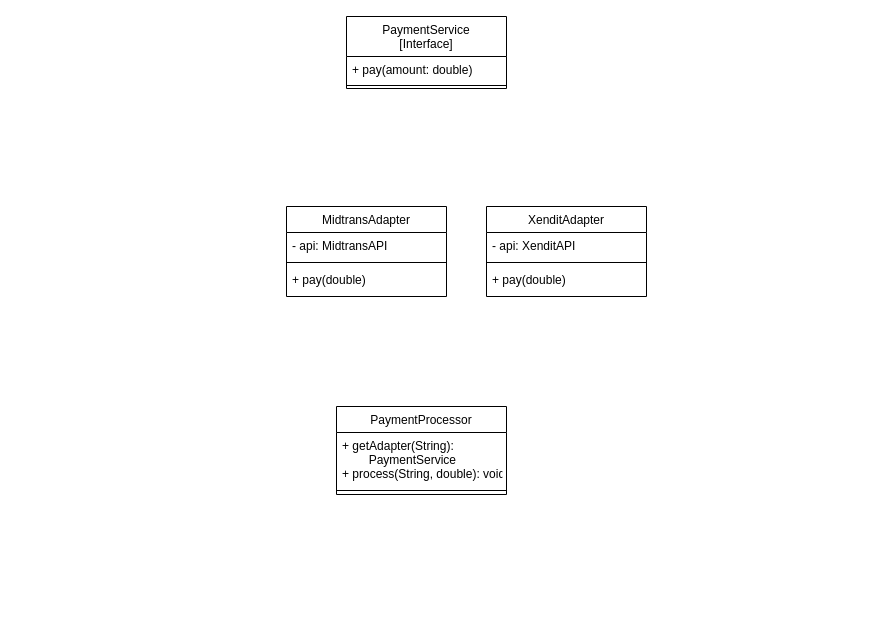
Above: Week11/TekproWeek11PatternDesign.drawio in mailvlous/teknikPemrograman (draw.io), before the change. Source tidied: cells renumbered, new cells numbered last; positions are measured from the earlier drawing's top-left corner, leaving out a move shared by most shapes. Both pictures are drawn from the tidied source at 100%, with x=0, y=0 at pixel (286, 16).
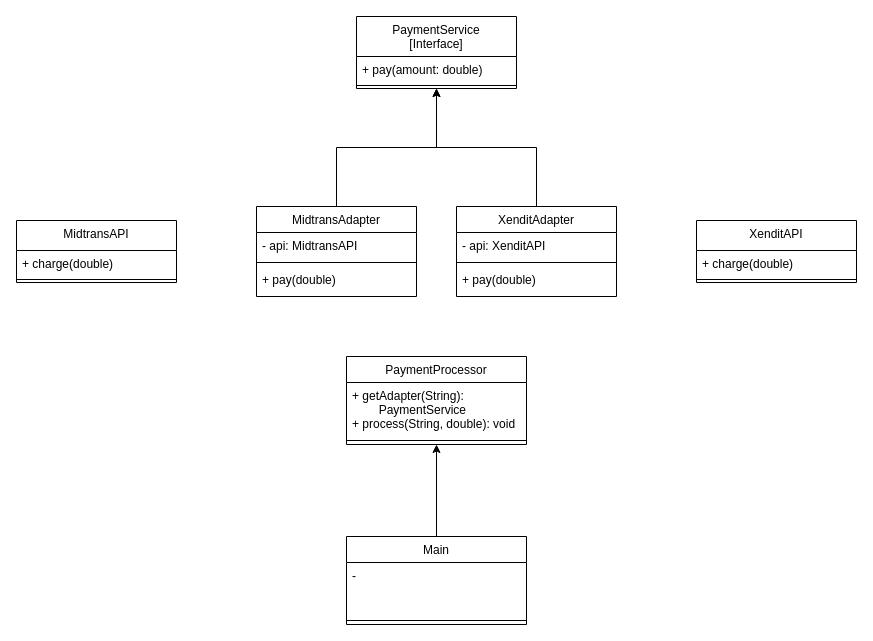
The same page after the edit.

Diff of the diagram source:
```diff
@@
     <mxCell id="2" value="PaymentService&#10;[Interface]" style="swimlane;fontStyle=0;align=center;verticalAlign=top;horizontal=1;startSize=40;rounded=0;shadow=0;strokeWidth=1;" parent="1" vertex="1">
-      <mxGeometry x="60" width="160" height="72" as="geometry" />
+      <mxGeometry x="70" width="160" height="72" as="geometry" />
     </mxCell>
@@
+    <mxCell id="16" style="edgeStyle=orthogonalEdgeStyle;rounded=0;jettySize=auto;html=1;entryX=0.5;entryY=1;entryDx=0;entryDy=0;" parent="1" edge="1" source="5" target="2">
+      <mxGeometry relative="1" as="geometry" />
+    </mxCell>
     <mxCell id="5" value="MidtransAdapter" style="swimlane;fontStyle=0;align=center;verticalAlign=top;horizontal=1;startSize=26;rounded=0;shadow=0;strokeWidth=1;" parent="1" vertex="1">
-      <mxGeometry y="190" width="160" height="90" as="geometry" />
+      <mxGeometry x="-30" y="190" width="160" height="90" as="geometry" />
     </mxCell>
@@
+    <mxCell id="17" style="edgeStyle=orthogonalEdgeStyle;rounded=0;jettySize=auto;html=1;entryX=0.5;entryY=1;entryDx=0;entryDy=0;" parent="1" edge="1" source="9" target="2">
+      <mxGeometry relative="1" as="geometry" />
+    </mxCell>
     <mxCell id="9" value="XenditAdapter" style="swimlane;fontStyle=0;align=center;verticalAlign=top;horizontal=1;startSize=26;rounded=0;shadow=0;strokeWidth=1;" parent="1" vertex="1">
-      <mxGeometry x="200" y="190" width="160" height="90" as="geometry" />
+      <mxGeometry x="170" y="190" width="160" height="90" as="geometry" />
     </mxCell>
@@
     <mxCell id="13" value="PaymentProcessor" style="swimlane;fontStyle=0;align=center;verticalAlign=top;horizontal=1;startSize=26;rounded=0;shadow=0;strokeWidth=1;" parent="1" vertex="1">
-      <mxGeometry x="50" y="390" width="170" height="88" as="geometry" />
+      <mxGeometry x="60" y="340" width="180" height="88" as="geometry" />
     </mxCell>
     <mxCell id="14" value="+ getAdapter(String):&#10;        PaymentService&#10;+ process(String, double): void" style="text;align=left;verticalAlign=top;spacingLeft=4;spacingRight=4;overflow=hidden;" parent="13" vertex="1">
-      <mxGeometry y="26" width="170" height="54" as="geometry" />
+      <mxGeometry y="26" width="180" height="54" as="geometry" />
     </mxCell>
     <mxCell id="15" style="line;html=1;strokeWidth=1;align=left;verticalAlign=middle;spacingTop=-1;spacingLeft=3;spacingRight=3;labelPosition=right;" parent="13" vertex="1">
-      <mxGeometry y="80" width="170" height="8" as="geometry" />
+      <mxGeometry y="80" width="180" height="8" as="geometry" />
     </mxCell>
+    <mxCell id="18" style="edgeStyle=orthogonalEdgeStyle;rounded=0;jettySize=auto;html=1;exitX=0.5;exitY=0;exitDx=0;exitDy=0;entryX=0.5;entryY=1;entryDx=0;entryDy=0;" parent="1" edge="1" source="19" target="13">
+      <mxGeometry relative="1" as="geometry" />
+    </mxCell>
+    <mxCell id="19" value="Main" style="swimlane;fontStyle=0;align=center;verticalAlign=top;horizontal=1;startSize=26;rounded=0;shadow=0;strokeWidth=1;" parent="1" vertex="1">
+      <mxGeometry x="60" y="520" width="180" height="88" as="geometry" />
+    </mxCell>
+    <mxCell id="20" value="-" style="text;align=left;verticalAlign=top;spacingLeft=4;spacingRight=4;overflow=hidden;" parent="19" vertex="1">
+      <mxGeometry y="26" width="180" height="54" as="geometry" />
+    </mxCell>
+    <mxCell id="21" style="line;html=1;strokeWidth=1;align=left;verticalAlign=middle;spacingTop=-1;spacingLeft=3;spacingRight=3;labelPosition=right;" parent="19" vertex="1">
+      <mxGeometry y="80" width="180" height="8" as="geometry" />
+    </mxCell>
+    <mxCell id="22" value="MidtransAPI" style="swimlane;fontStyle=0;align=center;verticalAlign=top;horizontal=1;startSize=30;rounded=0;shadow=0;strokeWidth=1;" parent="1" vertex="1">
+      <mxGeometry x="-270" y="204" width="160" height="62" as="geometry" />
+    </mxCell>
+    <mxCell id="23" value="+ charge(double)" style="text;align=left;verticalAlign=top;spacingLeft=4;spacingRight=4;overflow=hidden;" parent="22" vertex="1">
+      <mxGeometry y="30" width="160" height="26" as="geometry" />
+    </mxCell>
+    <mxCell id="24" style="line;html=1;strokeWidth=1;align=left;verticalAlign=middle;spacingTop=-1;spacingLeft=3;spacingRight=3;labelPosition=right;" parent="22" vertex="1">
+      <mxGeometry y="56" width="160" height="6" as="geometry" />
+    </mxCell>
+    <mxCell id="25" value="XenditAPI" style="swimlane;fontStyle=0;align=center;verticalAlign=top;horizontal=1;startSize=30;rounded=0;shadow=0;strokeWidth=1;" parent="1" vertex="1">
+      <mxGeometry x="410" y="204" width="160" height="62" as="geometry" />
+    </mxCell>
+    <mxCell id="26" value="+ charge(double)" style="text;align=left;verticalAlign=top;spacingLeft=4;spacingRight=4;overflow=hidden;" parent="25" vertex="1">
+      <mxGeometry y="30" width="160" height="26" as="geometry" />
+    </mxCell>
+    <mxCell id="27" style="line;html=1;strokeWidth=1;align=left;verticalAlign=middle;spacingTop=-1;spacingLeft=3;spacingRight=3;labelPosition=right;" parent="25" vertex="1">
+      <mxGeometry y="56" width="160" height="6" as="geometry" />
+    </mxCell>
```
